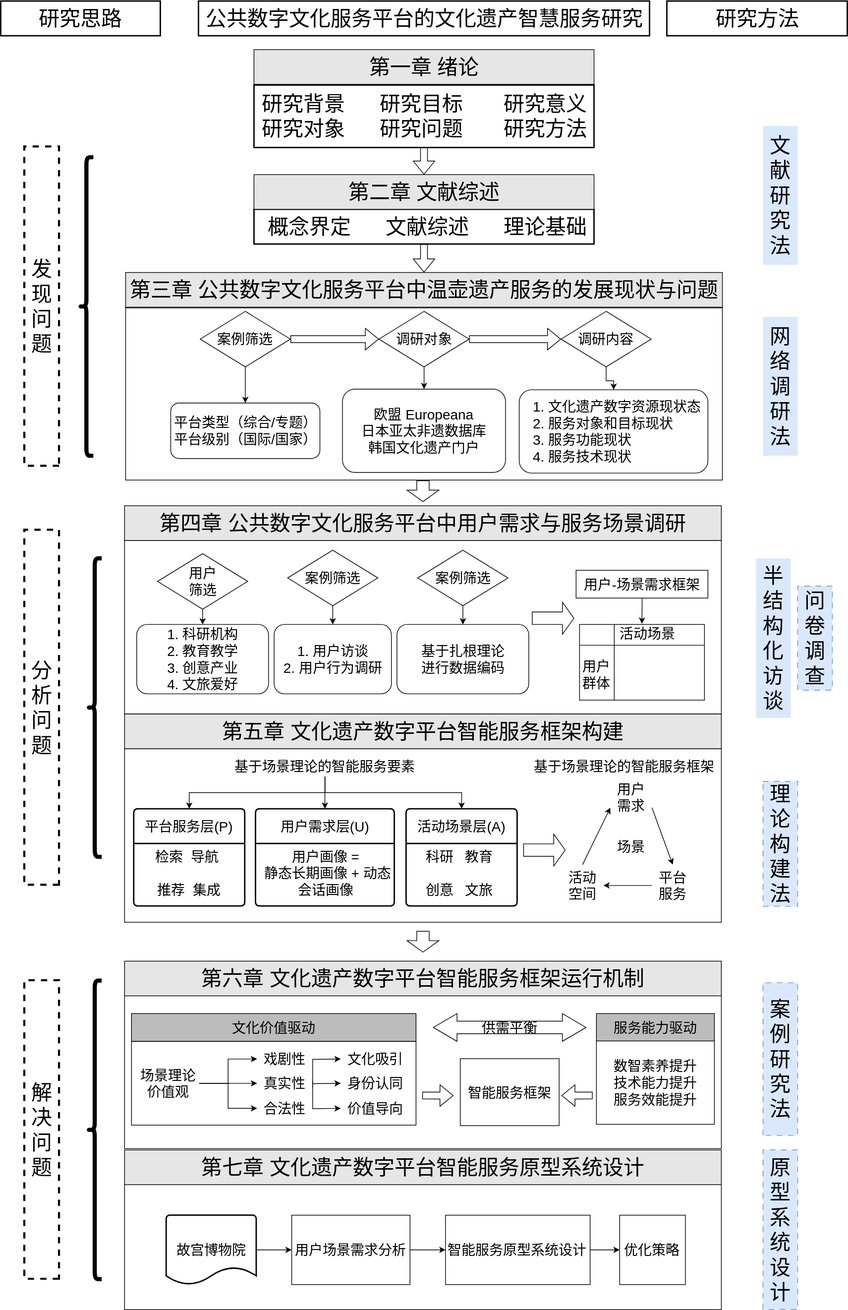
Above: 开题结构图.drawio.svg in Utah-wu/draw.io (draw.io), before the change. Source tidied: cells renumbered, new cells last; positions are measured from the earlier drawing's top-left corner, leaving out a move shared by most shapes.
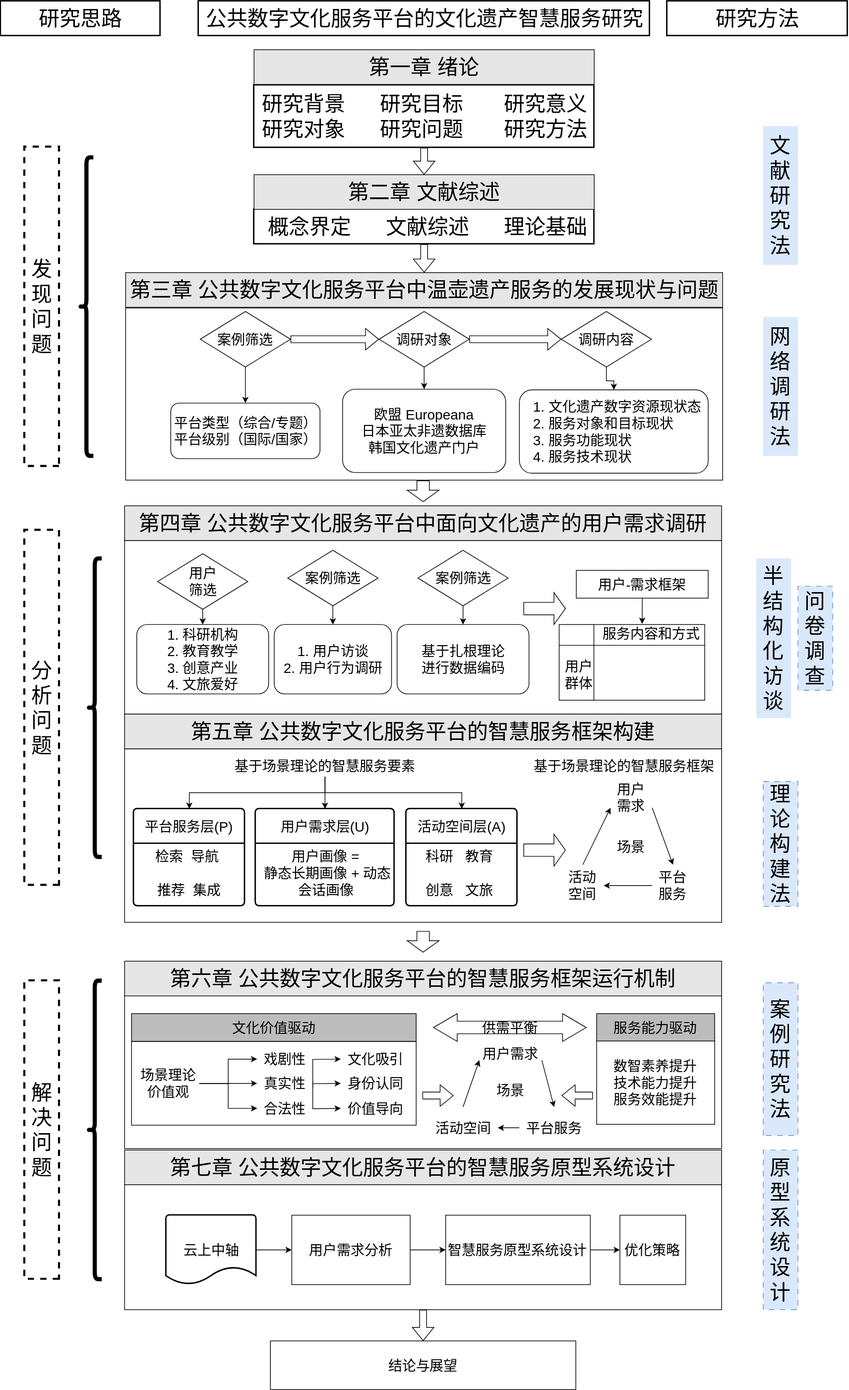
After the commit.

Commit message:
更新开题结构图.drawio.svg

The edit, as a diff of the source:
```diff
@@ -119,16 +119,16 @@
       <mxGeometry x="393.5" y="898" width="169" height="100" as="geometry" />
     </mxCell>
     <mxCell id="40" style="group;" parent="1" vertex="1">
-      <mxGeometry x="833.7" y="898" width="180" height="109" as="geometry" />
+      <mxGeometry x="804" y="898" width="209.7" height="109" as="geometry" />
     </mxCell>
     <mxCell id="41" style="shape=internalStorage;whiteSpace=wrap;html=1;backgroundOutline=1;dx=50;dy=30;" parent="40" vertex="1">
-      <mxGeometry width="180" height="109" as="geometry" />
+      <mxGeometry width="209.7" height="109" as="geometry" />
     </mxCell>
     <mxCell id="42" value="用户&lt;div&gt;群体&lt;/div&gt;" style="text;html=1;whiteSpace=wrap;strokeColor=none;fillColor=none;align=center;verticalAlign=middle;rounded=0;fontSize=20;" parent="40" vertex="1">
-      <mxGeometry y="59.1" width="49.1" height="25.3" as="geometry" />
+      <mxGeometry y="59.1" width="57.2" height="25.3" as="geometry" />
     </mxCell>
-    <mxCell id="43" value="活动场景" style="text;html=1;whiteSpace=wrap;strokeColor=none;fillColor=none;align=center;verticalAlign=middle;rounded=0;fontSize=20;" parent="40" vertex="1">
-      <mxGeometry x="57.3" width="81.8" height="25.3" as="geometry" />
+    <mxCell id="43" value="服务内容和方式" style="text;html=1;whiteSpace=wrap;strokeColor=none;fillColor=none;align=center;verticalAlign=middle;rounded=0;fontSize=20;" parent="40" vertex="1">
+      <mxGeometry x="40" y="-7" width="186.4" height="40" as="geometry" />
     </mxCell>
     <mxCell id="44" style="edgeStyle=orthogonalEdgeStyle;rounded=0;orthogonalLoop=1;jettySize=auto;html=1;" parent="1" edge="1">
       <mxGeometry relative="1" as="geometry">
@@ -136,7 +136,7 @@
         <mxPoint x="923.5" y="897" as="targetPoint" />
       </mxGeometry>
     </mxCell>
-    <mxCell id="45" value="&lt;font&gt;用户-场景需求框架&lt;/font&gt;" style="rounded=0;whiteSpace=wrap;html=1;fontSize=20;" parent="1" vertex="1">
+    <mxCell id="45" value="&lt;font&gt;用户-需求框架&lt;/font&gt;" style="rounded=0;whiteSpace=wrap;html=1;fontSize=20;" parent="1" vertex="1">
       <mxGeometry x="828.7" y="820" width="190" height="40" as="geometry" />
     </mxCell>
     <mxCell id="46" value="平台服务层(P)" style="swimlane;horizontal=1;startSize=50;rounded=1;fontSize=20;fontStyle=0;strokeWidth=2;shadow=0;dashed=0;align=center;arcSize=4;whiteSpace=wrap;html=1;" parent="1" vertex="1">
@@ -151,7 +151,7 @@
     <mxCell id="49" value="&lt;div style=&quot;text-align: center;&quot;&gt;&lt;span style=&quot;font-size: 20px; background-color: transparent; color: light-dark(rgb(0, 0, 0), rgb(255, 255, 255));&quot;&gt;用户画像 =&lt;/span&gt;&lt;/div&gt;&lt;div style=&quot;text-align: center;&quot;&gt;&lt;span style=&quot;background-color: transparent; color: light-dark(rgb(0, 0, 0), rgb(255, 255, 255)); font-size: 20px;&quot;&gt;&amp;nbsp;静态长期画像 + 动态会话画像&lt;/span&gt;&lt;/div&gt;&lt;div style=&quot;text-align: center;&quot;&gt;&lt;span style=&quot;font-size: 20px;&quot;&gt;&lt;br&gt;&lt;/span&gt;&lt;/div&gt;" style="align=left;strokeColor=none;fillColor=none;spacingLeft=4;spacingRight=4;fontSize=12;verticalAlign=top;html=1;whiteSpace=wrap;" parent="48" vertex="1">
       <mxGeometry y="50" width="200" height="90" as="geometry" />
     </mxCell>
-    <mxCell id="50" value="活动场景层(A&lt;span style=&quot;background-color: transparent; color: light-dark(rgb(0, 0, 0), rgb(255, 255, 255));&quot;&gt;)&lt;/span&gt;" style="swimlane;horizontal=1;startSize=50;rounded=1;fontSize=20;fontStyle=0;strokeWidth=2;shadow=0;dashed=0;align=center;arcSize=4;whiteSpace=wrap;html=1;" parent="1" vertex="1">
+    <mxCell id="50" value="活动空间层(A&lt;span style=&quot;background-color: transparent; color: light-dark(rgb(0, 0, 0), rgb(255, 255, 255));&quot;&gt;)&lt;/span&gt;" style="swimlane;horizontal=1;startSize=50;rounded=1;fontSize=20;fontStyle=0;strokeWidth=2;shadow=0;dashed=0;align=center;arcSize=4;whiteSpace=wrap;html=1;" parent="1" vertex="1">
       <mxGeometry x="583.7" y="1163.5" width="160" height="140" as="geometry" />
     </mxCell>
     <mxCell id="51" value="&lt;div style=&quot;text-align: center;&quot;&gt;&lt;span style=&quot;font-size: 20px; background-color: transparent; color: light-dark(rgb(0, 0, 0), rgb(255, 255, 255));&quot;&gt;&amp;nbsp; &amp;nbsp; 科研&amp;nbsp; &amp;nbsp;教育&lt;/span&gt;&lt;/div&gt;&lt;div style=&quot;text-align: center;&quot;&gt;&lt;span style=&quot;font-size: 20px; background-color: transparent; color: light-dark(rgb(0, 0, 0), rgb(255, 255, 255));&quot;&gt;&lt;br&gt;&lt;/span&gt;&lt;/div&gt;&lt;div&gt;&lt;div style=&quot;text-align: center;&quot;&gt;&lt;span style=&quot;font-size: 20px; background-color: transparent; color: light-dark(rgb(0, 0, 0), rgb(255, 255, 255));&quot;&gt;&amp;nbsp; &amp;nbsp; 创意&amp;nbsp; &amp;nbsp;文旅&lt;/span&gt;&lt;/div&gt;&lt;div style=&quot;text-align: center;&quot;&gt;&lt;span style=&quot;font-size: 20px;&quot;&gt;&lt;br&gt;&lt;/span&gt;&lt;/div&gt;&lt;/div&gt;" style="align=left;strokeColor=none;fillColor=none;spacingLeft=4;spacingRight=4;fontSize=12;verticalAlign=top;html=1;whiteSpace=wrap;" parent="50" vertex="1">
@@ -169,7 +169,7 @@
     <mxCell id="55" style="edgeStyle=orthogonalEdgeStyle;rounded=0;jettySize=auto;html=1;entryX=0.5;entryY=0;entryDx=0;entryDy=0;exitX=0.5;exitY=1;exitDx=0;exitDy=0;" parent="1" edge="1" source="56" target="50">
       <mxGeometry relative="1" as="geometry" />
     </mxCell>
-    <mxCell id="56" value="基于场景理论的智能服务要素" style="text;html=1;whiteSpace=wrap;strokeColor=none;fillColor=none;align=center;verticalAlign=middle;rounded=0;fontSize=20;" parent="1" vertex="1">
+    <mxCell id="56" value="基于场景理论的智慧服务要素" style="text;html=1;whiteSpace=wrap;strokeColor=none;fillColor=none;align=center;verticalAlign=middle;rounded=0;fontSize=20;" parent="1" vertex="1">
       <mxGeometry x="236.7" y="1087" width="460" height="30" as="geometry" />
     </mxCell>
     <mxCell id="57" value="戏剧性" style="text;html=1;whiteSpace=wrap;strokeColor=none;fillColor=none;align=center;verticalAlign=middle;rounded=0;fontSize=20;" parent="1" vertex="1">
@@ -227,7 +227,7 @@
       <mxGeometry x="544.5" y="447" width="130" height="80" as="geometry" />
     </mxCell>
     <mxCell id="70" style="html=1;shadow=0;dashed=0;align=center;verticalAlign=middle;shape=mxgraph.arrows2.arrow;dy=0.61;dx=16.5;notch=0;" parent="1" vertex="1">
-      <mxGeometry x="765.5" y="866" width="60" height="46" as="geometry" />
+      <mxGeometry x="753" y="852" width="60" height="46" as="geometry" />
     </mxCell>
     <mxCell id="71" style="html=1;shadow=0;dashed=0;align=center;verticalAlign=middle;shape=mxgraph.arrows2.arrow;dy=0.61;dx=16.5;notch=0;rotation=90;" parent="1" vertex="1">
       <mxGeometry x="593" y="683" width="30" height="46" as="geometry" />
@@ -256,12 +256,6 @@
     <mxCell id="79" style="endArrow=classic;html=1;rounded=0;exitX=1;exitY=0.75;exitDx=0;exitDy=0;entryX=0.5;entryY=0;entryDx=0;entryDy=0;" parent="1" edge="1" source="73" target="74">
       <mxGeometry relative="1" as="geometry" />
     </mxCell>
-    <mxCell id="80" value="基于场景理论的智能服务框架" style="text;html=1;whiteSpace=wrap;strokeColor=none;fillColor=none;align=center;verticalAlign=middle;rounded=0;fontSize=20;" parent="1" vertex="1">
-      <mxGeometry x="667.5" y="1050" width="460" height="30" as="geometry" />
-    </mxCell>
-    <mxCell id="81" value="智能服务框架" style="rounded=0;whiteSpace=wrap;html=1;fontSize=20;" parent="1" vertex="1">
-      <mxGeometry x="661.8" y="1523.5" width="142.5" height="96.5" as="geometry" />
-    </mxCell>
     <mxCell id="82" style="edgeStyle=orthogonalEdgeStyle;rounded=0;jettySize=auto;html=1;" parent="1" edge="1" source="83" target="59">
       <mxGeometry relative="1" as="geometry" />
     </mxCell>
@@ -292,43 +286,46 @@
     <mxCell id="89" value="数智素养提升&lt;div&gt;技术能力提升&lt;/div&gt;&lt;div&gt;服务效能提升&lt;/div&gt;" style="rounded=0;whiteSpace=wrap;html=1;fontSize=20;" parent="1" vertex="1">
       <mxGeometry x="858" y="1498" width="170" height="120" as="geometry" />
     </mxCell>
-    <mxCell id="90" value="&lt;span style=&quot;font-size: 30px;&quot;&gt;第六章 文化遗产数字平台智能服务框架运行机制&lt;/span&gt;" style="rounded=0;whiteSpace=wrap;html=1;fillColor=#E6E6E6;" parent="1" vertex="1">
+    <mxCell id="90" value="&lt;span style=&quot;font-size: 30px;&quot;&gt;第六章&amp;nbsp;&lt;/span&gt;&lt;span style=&quot;font-size: 30px; text-wrap: nowrap;&quot;&gt;公共数字文化服务平台的智慧&lt;/span&gt;&lt;span style=&quot;font-size: 30px;&quot;&gt;服务框架运行机制&lt;/span&gt;" style="rounded=0;whiteSpace=wrap;html=1;fillColor=#E6E6E6;" parent="1" vertex="1">
       <mxGeometry x="178" y="1383" width="860" height="50" as="geometry" />
     </mxCell>
     <mxCell id="91" value="供需平衡" style="html=1;shadow=0;dashed=0;align=center;verticalAlign=middle;shape=mxgraph.arrows2.twoWayArrow;dy=0.55;dx=34.11;fontSize=20;" parent="1" vertex="1">
       <mxGeometry x="623" y="1458.5" width="220" height="40" as="geometry" />
     </mxCell>
+    <mxCell id="113" style="edgeStyle=none;curved=1;rounded=0;jettySize=auto;html=1;fontSize=12;shape=flexArrow;" parent="1" edge="1" source="92" target="114">
+      <mxGeometry relative="1" as="geometry" />
+    </mxCell>
     <mxCell id="92" style="rounded=0;whiteSpace=wrap;html=1;" parent="1" vertex="1">
       <mxGeometry x="178" y="1704.8" width="860" height="180.2" as="geometry" />
     </mxCell>
-    <mxCell id="93" value="&lt;span style=&quot;font-size: 30px;&quot;&gt;第七章 文化遗产数字平台智能服务原型系统设计&lt;/span&gt;" style="rounded=0;whiteSpace=wrap;html=1;fillColor=#E6E6E6;" parent="1" vertex="1">
+    <mxCell id="93" value="&lt;span style=&quot;font-size: 30px;&quot;&gt;第七章&amp;nbsp;&lt;/span&gt;&lt;span style=&quot;font-size: 30px; text-wrap: nowrap;&quot;&gt;公共数字文化服务平台的智慧&lt;/span&gt;&lt;span style=&quot;font-size: 30px;&quot;&gt;服务原型系统设计&lt;/span&gt;" style="rounded=0;whiteSpace=wrap;html=1;fillColor=#E6E6E6;" parent="1" vertex="1">
       <mxGeometry x="178" y="1655" width="860" height="50" as="geometry" />
     </mxCell>
     <mxCell id="94" style="edgeStyle=orthogonalEdgeStyle;rounded=0;jettySize=auto;html=1;fontSize=20;" parent="1" edge="1" source="95" target="97">
       <mxGeometry relative="1" as="geometry" />
     </mxCell>
-    <mxCell id="95" value="故宫博物院" style="strokeWidth=2;html=1;shape=mxgraph.flowchart.document2;whiteSpace=wrap;size=0.25;fontSize=20;" parent="1" vertex="1">
+    <mxCell id="95" value="云上中轴" style="strokeWidth=2;html=1;shape=mxgraph.flowchart.document2;whiteSpace=wrap;size=0.25;fontSize=20;" parent="1" vertex="1">
       <mxGeometry x="237.9" y="1748.9" width="129.8" height="100" as="geometry" />
     </mxCell>
     <mxCell id="96" style="edgeStyle=orthogonalEdgeStyle;rounded=0;jettySize=auto;html=1;fontSize=20;" parent="1" edge="1" source="97" target="99">
       <mxGeometry relative="1" as="geometry" />
     </mxCell>
-    <mxCell id="97" value="用户场景需求分析" style="rounded=0;whiteSpace=wrap;html=1;fontSize=20;" parent="1" vertex="1">
+    <mxCell id="97" value="用户需求分析" style="rounded=0;whiteSpace=wrap;html=1;fontSize=20;" parent="1" vertex="1">
       <mxGeometry x="418.9" y="1748.9" width="170.5" height="100" as="geometry" />
     </mxCell>
     <mxCell id="98" style="edgeStyle=orthogonalEdgeStyle;rounded=0;jettySize=auto;html=1;fontSize=20;" parent="1" edge="1" source="99" target="100">
       <mxGeometry relative="1" as="geometry" />
     </mxCell>
-    <mxCell id="99" value="智能服务原型系统设计" style="rounded=0;whiteSpace=wrap;html=1;fontSize=20;" parent="1" vertex="1">
+    <mxCell id="99" value="智慧服务原型系统设计" style="rounded=0;whiteSpace=wrap;html=1;fontSize=20;" parent="1" vertex="1">
       <mxGeometry x="640.5" y="1748.9" width="208.4" height="100" as="geometry" />
     </mxCell>
     <mxCell id="100" value="优化策略" style="rounded=0;whiteSpace=wrap;html=1;fontSize=20;" parent="1" vertex="1">
       <mxGeometry x="891.5" y="1748.9" width="94.7" height="100" as="geometry" />
     </mxCell>
-    <mxCell id="101" value="&lt;span style=&quot;font-size: 30px;&quot;&gt;第五章 文化遗产数字平台智能服务框架构建&lt;/span&gt;" style="rounded=0;whiteSpace=wrap;html=1;fillColor=#E6E6E6;" parent="1" vertex="1">
+    <mxCell id="101" value="&lt;span style=&quot;font-size: 30px;&quot;&gt;第五章&amp;nbsp;&lt;/span&gt;&lt;span style=&quot;font-size: 30px; text-wrap: nowrap;&quot;&gt;公共数字文化服务平台的智慧&lt;/span&gt;&lt;span style=&quot;font-size: 30px;&quot;&gt;服务框架构建&lt;/span&gt;" style="rounded=0;whiteSpace=wrap;html=1;fillColor=#E6E6E6;" parent="1" vertex="1">
       <mxGeometry x="178" y="1027" width="860" height="50" as="geometry" />
     </mxCell>
-    <mxCell id="102" value="&lt;span style=&quot;font-size: 30px;&quot;&gt;第四章&amp;nbsp;&lt;/span&gt;&lt;span style=&quot;font-size: 30px; text-wrap: nowrap;&quot;&gt;公共数字文化服务平台中&lt;/span&gt;&lt;span style=&quot;font-size: 30px;&quot;&gt;用户需求与服务场景调研&lt;/span&gt;" style="rounded=0;whiteSpace=wrap;html=1;fillColor=#E6E6E6;" parent="1" vertex="1">
+    <mxCell id="102" value="&lt;span style=&quot;font-size: 30px;&quot;&gt;第四章&amp;nbsp;&lt;/span&gt;&lt;span style=&quot;font-size: 30px; text-wrap: nowrap;&quot;&gt;公共数字文化服务平台中面向文化遗产的&lt;/span&gt;&lt;span style=&quot;font-size: 30px;&quot;&gt;用户需求调研&lt;/span&gt;" style="rounded=0;whiteSpace=wrap;html=1;fillColor=#E6E6E6;" parent="1" vertex="1">
       <mxGeometry x="178" y="727" width="860" height="50" as="geometry" />
     </mxCell>
     <mxCell id="103" value="&lt;span style=&quot;font-size: 30px; text-wrap: nowrap;&quot;&gt;第三章&amp;nbsp;&lt;/span&gt;&lt;span style=&quot;font-size: 30px; text-wrap: nowrap;&quot;&gt;公共数字文化服务平台中温壶遗产服务的&lt;/span&gt;&lt;span style=&quot;font-size: 30px; text-wrap: nowrap;&quot;&gt;发展现状与问题&lt;/span&gt;" style="rounded=0;whiteSpace=wrap;html=1;fillColor=#E6E6E6;" parent="1" vertex="1">
@@ -346,7 +343,7 @@
     <mxCell id="107" style="html=1;shadow=0;dashed=0;align=center;verticalAlign=middle;shape=mxgraph.arrows2.arrow;dy=0.61;dx=16.5;notch=0;rotation=90;" parent="1" vertex="1">
       <mxGeometry x="593" y="1332" width="30" height="46" as="geometry" />
     </mxCell>
-    <mxCell id="108" value="基于场景理论的智能服务框架" style="text;html=1;whiteSpace=wrap;strokeColor=none;fillColor=none;align=center;verticalAlign=middle;rounded=0;fontSize=20;" parent="1" vertex="1">
+    <mxCell id="108" value="基于场景理论的智慧服务框架" style="text;html=1;whiteSpace=wrap;strokeColor=none;fillColor=none;align=center;verticalAlign=middle;rounded=0;fontSize=20;" parent="1" vertex="1">
       <mxGeometry x="667.5" y="1087" width="460" height="30" as="geometry" />
     </mxCell>
     <mxCell id="109" style="edgeStyle=none;curved=1;rounded=0;jettySize=auto;html=1;fontSize=12;shape=flexArrow;" parent="1" edge="1" source="110" target="103">
@@ -361,5 +358,29 @@
     <mxCell id="112" value="&lt;span style=&quot;font-size: 30px; text-wrap: nowrap;&quot;&gt;第二章 文献综述&lt;/span&gt;" style="rounded=0;whiteSpace=wrap;html=1;fillColor=#E6E6E6;" parent="1" vertex="1">
       <mxGeometry x="364.5" y="250" width="490" height="50" as="geometry" />
     </mxCell>
+    <mxCell id="114" value="&lt;font style=&quot;font-size: 20px;&quot;&gt;结论与展望&lt;/font&gt;" style="rounded=0;whiteSpace=wrap;html=1;" parent="1" vertex="1">
+      <mxGeometry x="388" y="1930" width="440" height="70" as="geometry" />
+    </mxCell>
+    <mxCell id="115" value="用户&lt;span style=&quot;background-color: transparent; color: light-dark(rgb(0, 0, 0), rgb(255, 255, 255));&quot;&gt;需求&lt;/span&gt;" style="text;html=1;whiteSpace=wrap;strokeColor=none;fillColor=none;align=center;verticalAlign=middle;rounded=0;fontSize=20;" parent="1" vertex="1">
+      <mxGeometry x="689" y="1497" width="90" height="38" as="geometry" />
+    </mxCell>
+    <mxCell id="116" value="平台&lt;span style=&quot;background-color: transparent; color: light-dark(rgb(0, 0, 0), rgb(255, 255, 255));&quot;&gt;服务&lt;/span&gt;" style="text;html=1;whiteSpace=wrap;strokeColor=none;fillColor=none;align=center;verticalAlign=middle;rounded=0;fontSize=20;" parent="1" vertex="1">
+      <mxGeometry x="746.7" y="1593" width="100" height="60" as="geometry" />
+    </mxCell>
+    <mxCell id="117" value="活动&lt;span style=&quot;background-color: transparent; color: light-dark(rgb(0, 0, 0), rgb(255, 255, 255));&quot;&gt;空间&lt;/span&gt;" style="text;html=1;whiteSpace=wrap;strokeColor=none;fillColor=none;align=center;verticalAlign=middle;rounded=0;fontSize=20;" parent="1" vertex="1">
+      <mxGeometry x="615.5" y="1593" width="100" height="60" as="geometry" />
+    </mxCell>
+    <mxCell id="118" value="场景" style="text;html=1;whiteSpace=wrap;strokeColor=none;fillColor=none;align=center;verticalAlign=middle;rounded=0;fontSize=20;" parent="1" vertex="1">
+      <mxGeometry x="704" y="1539" width="60" height="60" as="geometry" />
+    </mxCell>
+    <mxCell id="119" style="endArrow=classic;html=1;rounded=0;entryX=1;entryY=0.5;entryDx=0;entryDy=0;exitX=0;exitY=0.5;exitDx=0;exitDy=0;" parent="1" edge="1" source="116" target="117">
+      <mxGeometry relative="1" as="geometry" />
+    </mxCell>
+    <mxCell id="120" style="endArrow=classic;html=1;rounded=0;entryX=0;entryY=0.75;entryDx=0;entryDy=0;exitX=0.5;exitY=0;exitDx=0;exitDy=0;" parent="1" edge="1" source="117" target="115">
+      <mxGeometry relative="1" as="geometry" />
+    </mxCell>
+    <mxCell id="121" style="endArrow=classic;html=1;rounded=0;exitX=1;exitY=0.75;exitDx=0;exitDy=0;entryX=0.5;entryY=0;entryDx=0;entryDy=0;" parent="1" edge="1" source="115" target="116">
+      <mxGeometry relative="1" as="geometry" />
+    </mxCell>
   </root>
 </mxGraphModel>
```
